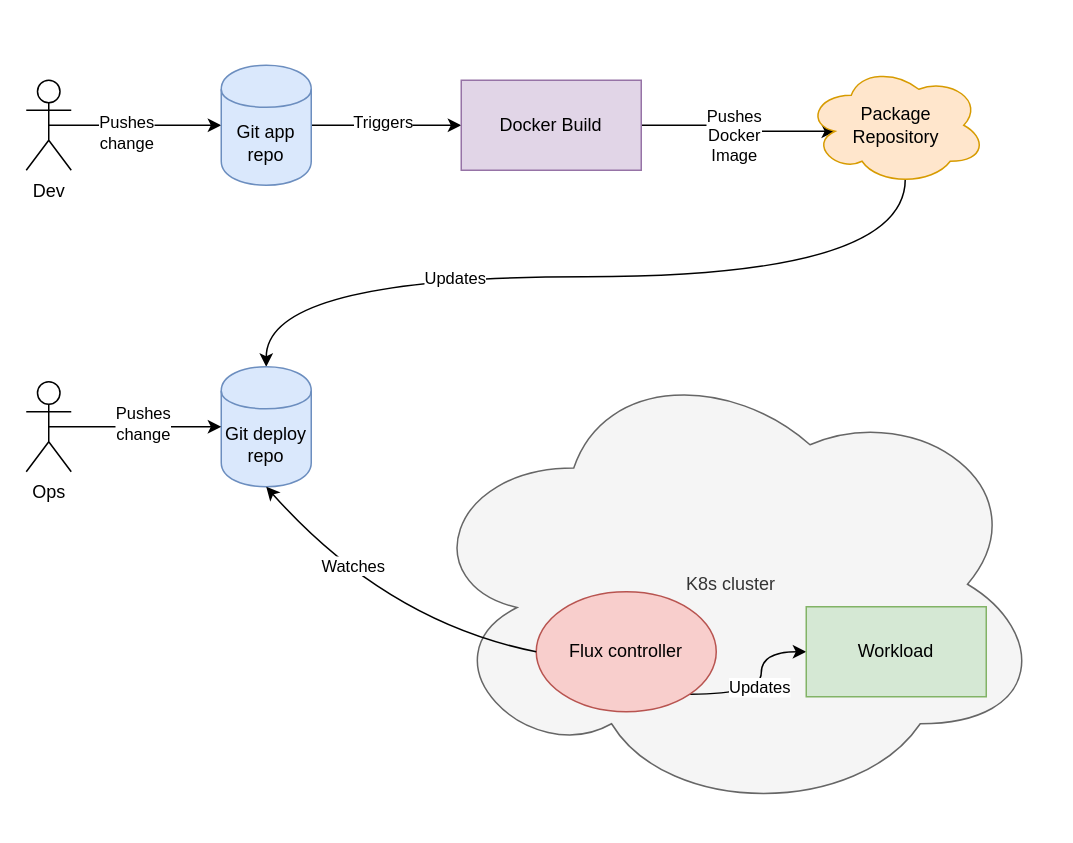
The draw.io diagram images/HighLevel.drawio in ianmiell/gitops-example, before the edit. Source tidied: cells renumbered, new cells numbered last; positions are measured from the earlier drawing's top-left corner, leaving out a move shared by most shapes. Both pictures are drawn from the tidied source at 150%, with x=0, y=0 at pixel (26, 64).
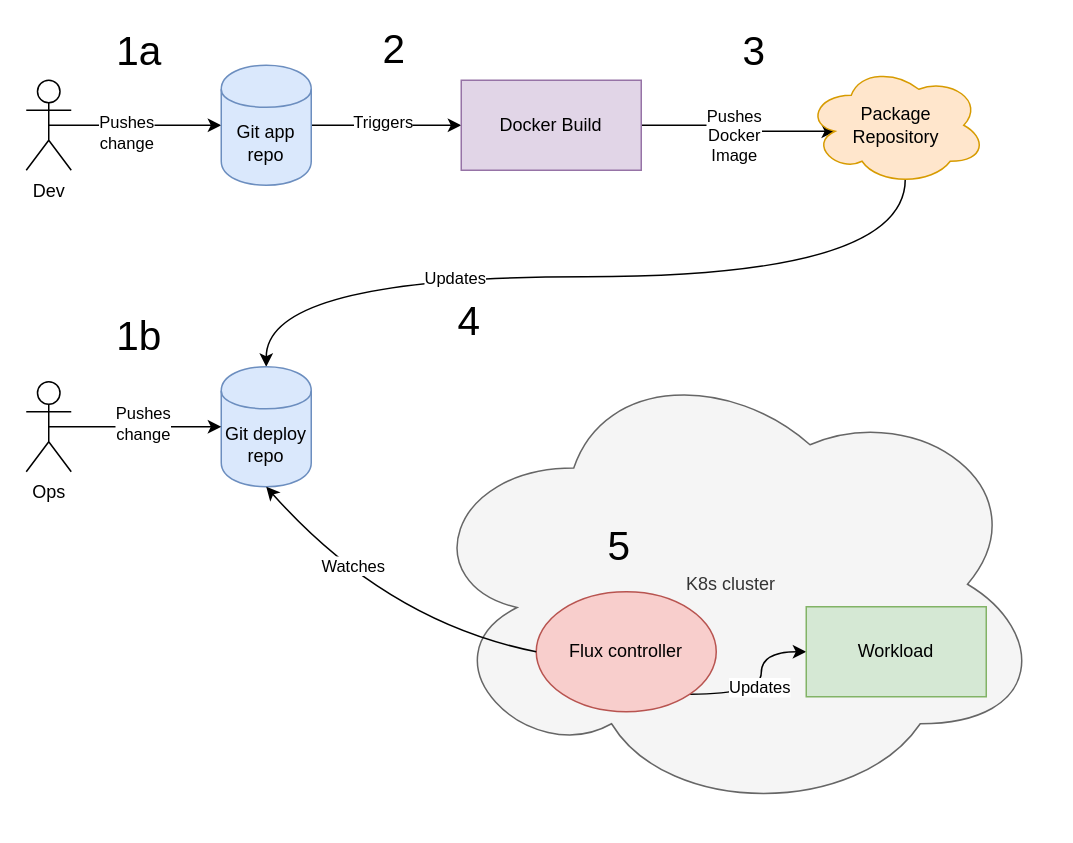
The same page after the edit.

The edit, as a diff of the source:
```diff
@@
+    <mxCell id="25" value="&lt;font style=&quot;font-size: 27px&quot;&gt;1a&lt;/font&gt;" style="text;html=1;align=center;verticalAlign=middle;" parent="1" vertex="1">
+      <mxGeometry x="50" y="-19" width="50" height="20" as="geometry" />
+    </mxCell>
+    <mxCell id="26" value="&lt;font style=&quot;font-size: 27px&quot;&gt;2&lt;/font&gt;" style="text;html=1;align=center;verticalAlign=middle;" parent="1" vertex="1">
+      <mxGeometry x="230" y="-20" width="30" height="20" as="geometry" />
+    </mxCell>
+    <mxCell id="27" value="&lt;font style=&quot;font-size: 27px&quot;&gt;3&lt;/font&gt;" style="text;html=1;align=center;verticalAlign=middle;" parent="1" vertex="1">
+      <mxGeometry x="470" y="-19" width="30" height="20" as="geometry" />
+    </mxCell>
+    <mxCell id="28" value="&lt;font style=&quot;font-size: 27px&quot;&gt;4&lt;/font&gt;" style="text;html=1;align=center;verticalAlign=middle;" parent="1" vertex="1">
+      <mxGeometry x="280" y="161" width="30" height="20" as="geometry" />
+    </mxCell>
+    <mxCell id="29" value="&lt;font style=&quot;font-size: 27px&quot;&gt;1b&lt;/font&gt;" style="text;html=1;align=center;verticalAlign=middle;" parent="1" vertex="1">
+      <mxGeometry x="50" y="171" width="50" height="20" as="geometry" />
+    </mxCell>
+    <mxCell id="30" value="&lt;font style=&quot;font-size: 27px&quot;&gt;5&lt;/font&gt;" style="text;html=1;align=center;verticalAlign=middle;" parent="1" vertex="1">
+      <mxGeometry x="380" y="311" width="30" height="20" as="geometry" />
+    </mxCell>
```
